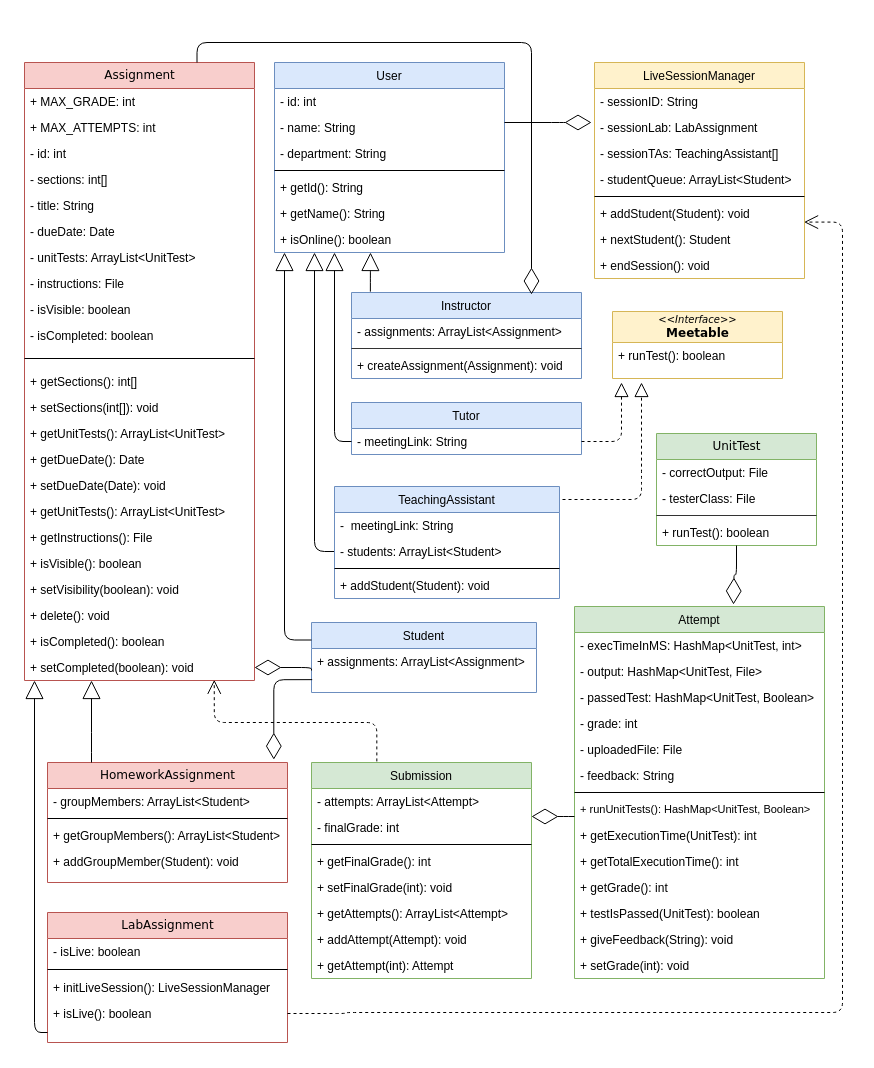
Before: page "Page-1" (1 of 2) of doc/detailed-design-diagrams/detailed-design-diagrams.drawio in cs102-project/LabConnect, a draw.io diagram. Source tidied: cells renumbered, new cells numbered last; positions are measured from the earlier drawing's top-left corner, leaving out a move shared by most shapes. Both pictures are drawn from the tidied source at 100%, with x=0, y=0 at pixel (24, 42).
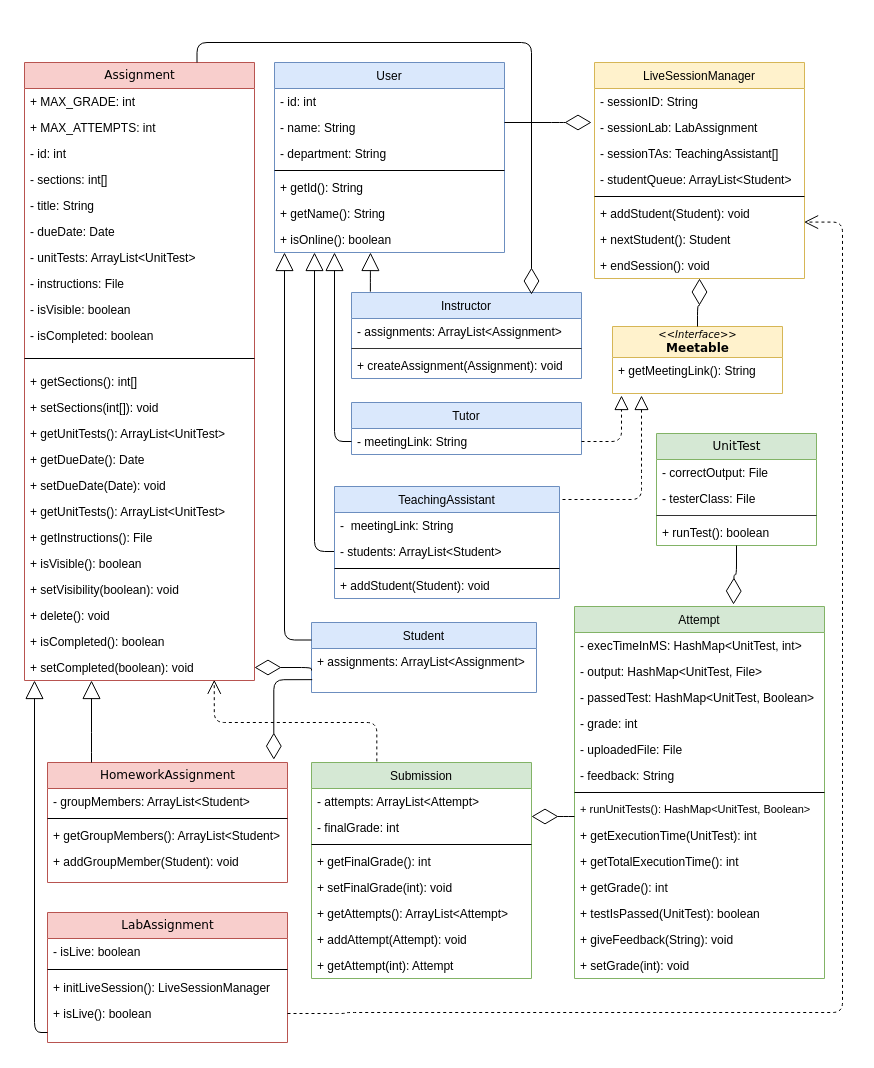
After the change.

Unchanged cells that the change refers to:
```xml
<mxCell id="57" value="Tutor" style="swimlane;fontStyle=0;align=center;verticalAlign=top;horizontal=1;startSize=26;fillColor=#dae8fc;strokeColor=#6c8ebf;" parent="1" vertex="1">
  <mxGeometry x="327" y="360" width="230" height="52" as="geometry" />
</mxCell>
<mxCell id="83" value="LiveSessionManager" style="swimlane;fontStyle=0;align=center;verticalAlign=top;horizontal=1;startSize=26;fillColor=#fff2cc;strokeColor=#d6b656;" parent="1" vertex="1">
  <mxGeometry x="570" y="20" width="210" height="216" as="geometry" />
</mxCell>
```

Change to the diagram source:
```diff
@@
     <mxCell id="103" style="endArrow=block;dashed=1;endFill=0;endSize=12;html=1;exitX=1;exitY=0.75;exitDx=0;exitDy=0;edgeStyle=orthogonalEdgeStyle;" parent="1" edge="1" source="57">
       <mxGeometry relative="1" as="geometry">
-        <mxPoint x="597" y="340" as="targetPoint" />
+        <mxPoint x="597" y="353" as="targetPoint" />
         <Array as="points">
           <mxPoint x="597" y="399" />
         </Array>
       </mxGeometry>
     </mxCell>
     <mxCell id="104" style="endArrow=block;dashed=1;endFill=0;endSize=12;html=1;edgeStyle=orthogonalEdgeStyle;" parent="1" edge="1">
       <mxGeometry relative="1" as="geometry">
         <mxPoint x="538" y="457" as="sourcePoint" />
-        <mxPoint x="617" y="340" as="targetPoint" />
+        <mxPoint x="617" y="353" as="targetPoint" />
         <Array as="points">
           <mxPoint x="617" y="457" />
           <mxPoint x="617" y="437" />
         </Array>
       </mxGeometry>
     </mxCell>
@@
     <mxCell id="112" value="&lt;div&gt;&lt;i&gt;&amp;lt;&amp;lt;Interface&amp;gt;&amp;gt;&lt;/i&gt;&lt;/div&gt;&lt;div style=&quot;font-size: 12px&quot;&gt;&lt;b&gt;Meetable&lt;/b&gt;&lt;br&gt;&lt;/div&gt;" style="swimlane;html=1;fontStyle=0;horizontal=1;startSize=31;fillColor=#fff2cc;swimlaneFillColor=#ffffff;rounded=0;shadow=0;comic=0;labelBackgroundColor=none;strokeWidth=1;fontFamily=Verdana;fontSize=10;align=center;strokeColor=#d6b656;" parent="1" vertex="1">
-      <mxGeometry x="588" y="269" width="170" height="67" as="geometry" />
+      <mxGeometry x="588" y="284" width="170" height="67" as="geometry" />
     </mxCell>
-    <mxCell id="113" value="+ runTest(): boolean" style="text;strokeColor=none;fillColor=none;align=left;verticalAlign=top;spacingLeft=4;spacingRight=4;overflow=hidden;fontSize=12;opacity=80;" parent="112" vertex="1">
+    <mxCell id="113" value="+ getMeetingLink(): String" style="text;strokeColor=none;fillColor=none;align=left;verticalAlign=top;spacingLeft=4;spacingRight=4;overflow=hidden;fontSize=12;opacity=80;" parent="112" vertex="1">
       <mxGeometry y="31" width="170" height="26" as="geometry" />
     </mxCell>
+    <mxCell id="114" style="endArrow=diamondThin;endFill=0;endSize=24;html=1;edgeStyle=orthogonalEdgeStyle;" parent="1" edge="1" source="112" target="83">
+      <mxGeometry relative="1" as="geometry">
+        <Array as="points">
+          <mxPoint x="673" y="263" />
+          <mxPoint x="675" y="263" />
+        </Array>
+      </mxGeometry>
+    </mxCell>
```
